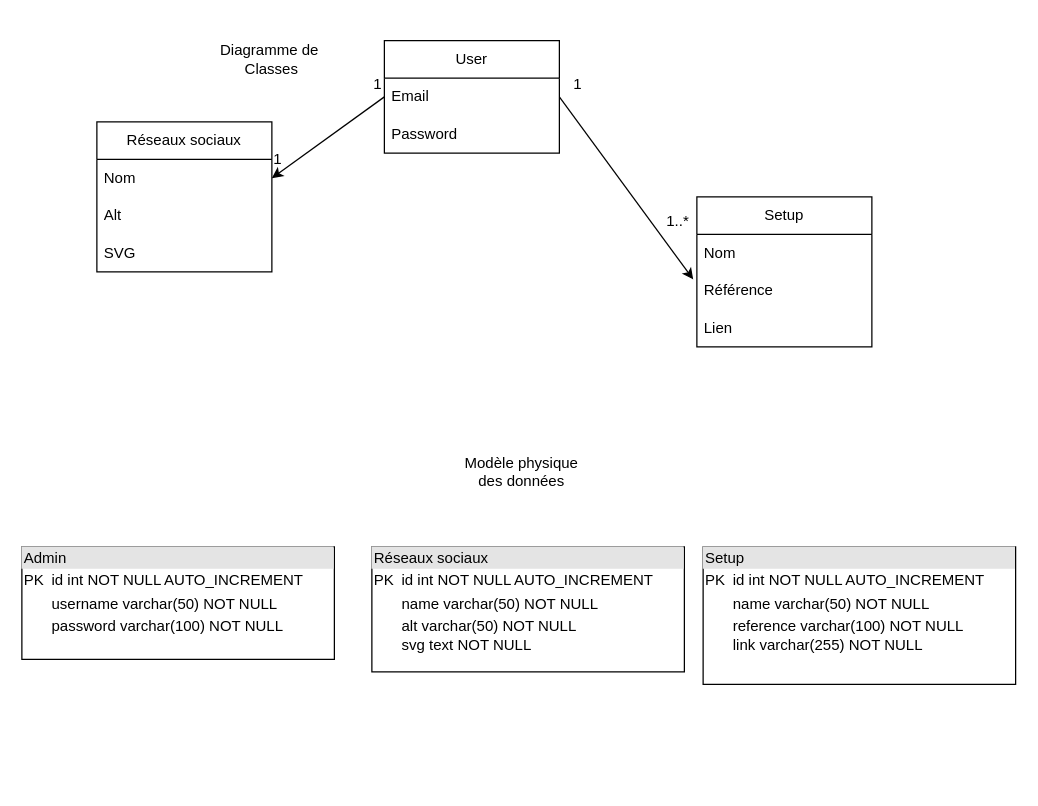
Before: Diagramme_classe_Papywilly.drawio in Akirakaz/PapyWilly, a draw.io diagram. Source tidied: cells renumbered, new cells numbered last; positions are measured from the earlier drawing's top-left corner, leaving out a move shared by most shapes. Both pictures are drawn from the tidied source at 125%, with x=0, y=0 at pixel (21, 21).
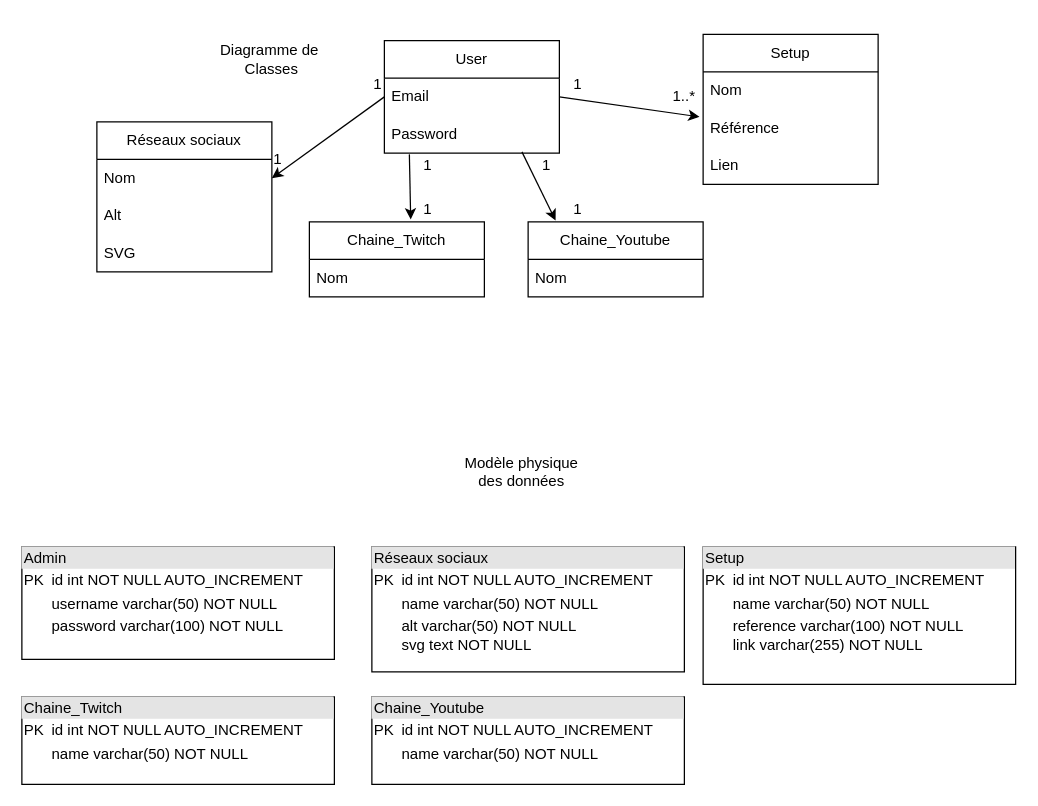
The same page after the edit.

Unchanged cells that the change refers to:
```xml
<mxCell id="4" value="Password" style="text;strokeColor=none;fillColor=none;align=left;verticalAlign=middle;spacingLeft=4;spacingRight=4;overflow=hidden;points=[[0,0.5],[1,0.5]];portConstraint=eastwest;whiteSpace=wrap;html=1;" parent="2" vertex="1">
  <mxGeometry y="60" width="140" height="30" as="geometry" />
</mxCell>
```

Diff of the diagram source:
```diff
@@
     <mxCell id="5" value="Setup" style="swimlane;fontStyle=0;horizontal=1;startSize=30;whiteSpace=wrap;html=1;" parent="1" vertex="1">
-      <mxGeometry x="540" y="140" width="140" height="120" as="geometry" />
+      <mxGeometry x="545" y="10" width="140" height="120" as="geometry" />
     </mxCell>
@@
     <mxCell id="11" value="1..*" style="text;html=1;strokeColor=none;fillColor=none;align=center;verticalAlign=middle;whiteSpace=wrap;rounded=0;" parent="1" vertex="1">
-      <mxGeometry x="510" y="150" width="30" height="20" as="geometry" />
+      <mxGeometry x="515" y="50" width="30" height="20" as="geometry" />
     </mxCell>
@@
+    <mxCell id="24" value="Chaine_Twitch" style="swimlane;fontStyle=0;horizontal=1;startSize=30;whiteSpace=wrap;html=1;" parent="1" vertex="1">
+      <mxGeometry x="230" y="160" width="140" height="60" as="geometry" />
+    </mxCell>
+    <mxCell id="25" value="Nom" style="text;strokeColor=none;fillColor=none;align=left;verticalAlign=middle;spacingLeft=4;spacingRight=4;overflow=hidden;whiteSpace=wrap;html=1;" parent="24" vertex="1">
+      <mxGeometry y="30" width="140" height="30" as="geometry" />
+    </mxCell>
+    <mxCell id="26" value="Chaine_Youtube" style="swimlane;fontStyle=0;horizontal=1;startSize=30;whiteSpace=wrap;html=1;" parent="1" vertex="1">
+      <mxGeometry x="405" y="160" width="140" height="60" as="geometry" />
+    </mxCell>
+    <mxCell id="27" value="Nom" style="text;strokeColor=none;fillColor=none;align=left;verticalAlign=middle;spacingLeft=4;spacingRight=4;overflow=hidden;whiteSpace=wrap;html=1;" parent="26" vertex="1">
+      <mxGeometry y="30" width="140" height="30" as="geometry" />
+    </mxCell>
+    <mxCell id="28" style="endArrow=classic;html=1;rounded=0;exitX=0.786;exitY=0.967;exitDx=0;exitDy=0;exitPerimeter=0;entryX=0.157;entryY=-0.017;entryDx=0;entryDy=0;entryPerimeter=0;" parent="1" edge="1" source="4" target="26">
+      <mxGeometry relative="1" as="geometry" />
+    </mxCell>
+    <mxCell id="29" value="1" style="text;html=1;strokeColor=none;fillColor=none;align=center;verticalAlign=middle;whiteSpace=wrap;rounded=0;" parent="1" vertex="1">
+      <mxGeometry x="405" y="105" width="30" height="20" as="geometry" />
+    </mxCell>
+    <mxCell id="30" style="endArrow=classic;html=1;rounded=0;entryX=0.579;entryY=-0.033;entryDx=0;entryDy=0;entryPerimeter=0;" parent="1" edge="1" target="24">
+      <mxGeometry relative="1" as="geometry">
+        <mxPoint x="310" y="106" as="sourcePoint" />
+      </mxGeometry>
+    </mxCell>
+    <mxCell id="31" value="1" style="text;html=1;strokeColor=none;fillColor=none;align=center;verticalAlign=middle;whiteSpace=wrap;rounded=0;" parent="1" vertex="1">
+      <mxGeometry x="310" y="140" width="30" height="20" as="geometry" />
+    </mxCell>
+    <mxCell id="32" value="1" style="text;html=1;strokeColor=none;fillColor=none;align=center;verticalAlign=middle;whiteSpace=wrap;rounded=0;" parent="1" vertex="1">
+      <mxGeometry x="310" y="105" width="30" height="20" as="geometry" />
+    </mxCell>
+    <mxCell id="33" value="1" style="text;html=1;strokeColor=none;fillColor=none;align=center;verticalAlign=middle;whiteSpace=wrap;rounded=0;" parent="1" vertex="1">
+      <mxGeometry x="430" y="140" width="30" height="20" as="geometry" />
+    </mxCell>
+    <mxCell id="34" value="&lt;div style=&quot;box-sizing:border-box;width:100%;background:#e4e4e4;padding:2px;&quot;&gt;Chaine_Twitch&lt;/div&gt;&lt;table style=&quot;width:100%;font-size:1em;&quot; cellpadding=&quot;2&quot; cellspacing=&quot;0&quot;&gt;&lt;tbody&gt;&lt;tr&gt;&lt;td&gt;PK&lt;/td&gt;&lt;td&gt;id int NOT NULL AUTO_INCREMENT&lt;/td&gt;&lt;/tr&gt;&lt;tr&gt;&lt;td&gt;&lt;br&gt;&lt;/td&gt;&lt;td&gt;name varchar(50) NOT NULL&lt;/td&gt;&lt;/tr&gt;&lt;tr&gt;&lt;td&gt;&lt;/td&gt;&lt;td&gt;&lt;br&gt;&lt;/td&gt;&lt;/tr&gt;&lt;/tbody&gt;&lt;/table&gt;" style="verticalAlign=top;align=left;overflow=fill;html=1;whiteSpace=wrap;" parent="1" vertex="1">
+      <mxGeometry y="540" width="250" height="70" as="geometry" />
+    </mxCell>
+    <mxCell id="35" value="&lt;div style=&quot;box-sizing:border-box;width:100%;background:#e4e4e4;padding:2px;&quot;&gt;Chaine_Youtube&lt;/div&gt;&lt;table style=&quot;width:100%;font-size:1em;&quot; cellpadding=&quot;2&quot; cellspacing=&quot;0&quot;&gt;&lt;tbody&gt;&lt;tr&gt;&lt;td&gt;PK&lt;/td&gt;&lt;td&gt;id int NOT NULL AUTO_INCREMENT&lt;/td&gt;&lt;/tr&gt;&lt;tr&gt;&lt;td&gt;&lt;br&gt;&lt;/td&gt;&lt;td&gt;name varchar(50) NOT NULL&lt;/td&gt;&lt;/tr&gt;&lt;tr&gt;&lt;td&gt;&lt;/td&gt;&lt;td&gt;&lt;br&gt;&lt;/td&gt;&lt;/tr&gt;&lt;/tbody&gt;&lt;/table&gt;" style="verticalAlign=top;align=left;overflow=fill;html=1;whiteSpace=wrap;" parent="1" vertex="1">
+      <mxGeometry x="280" y="540" width="250" height="70" as="geometry" />
+    </mxCell>
```
